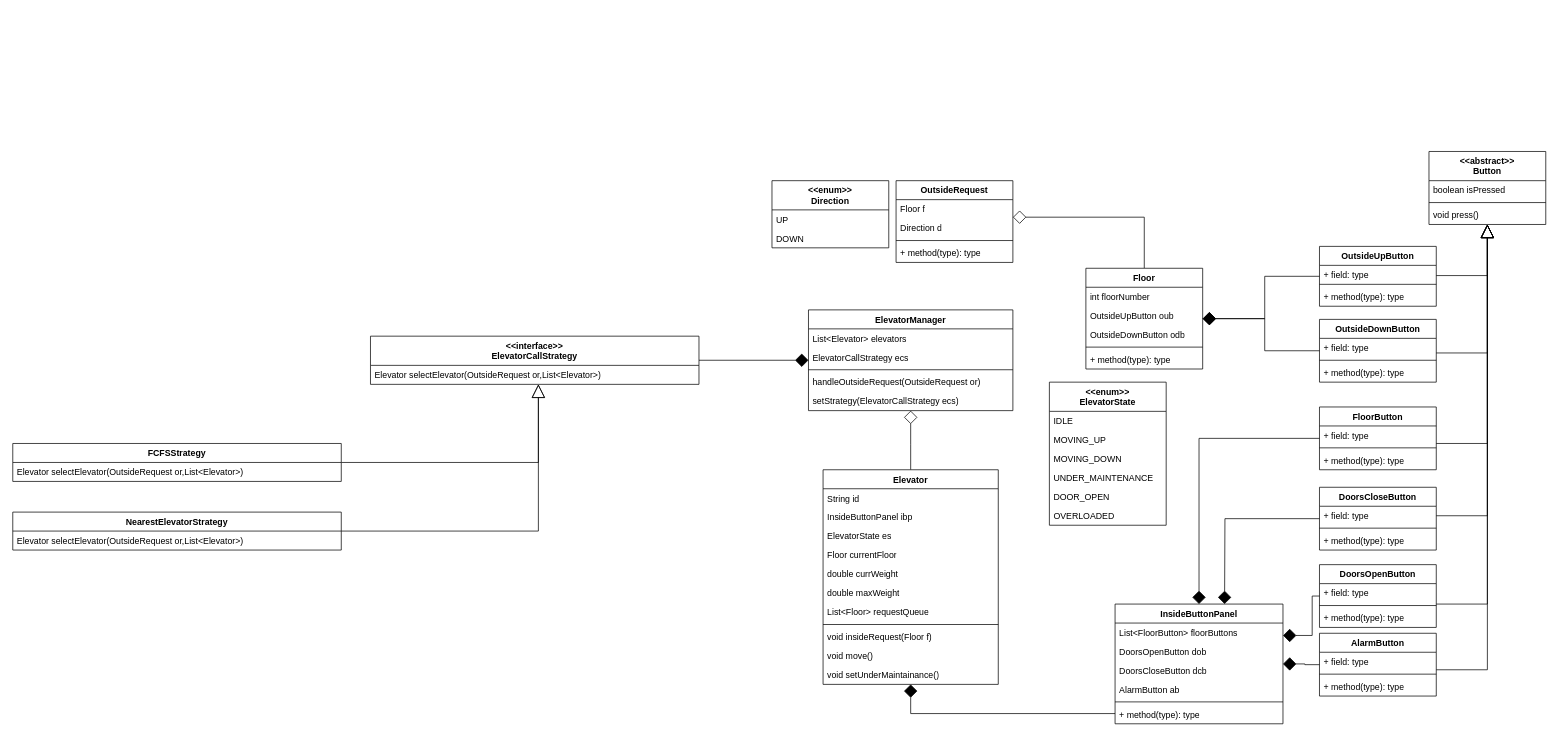
This is Elevator.drawio from akshat-code21/elevator_lld, a draw.io file, before an edit. Source tidied: cells renumbered, new cells numbered last; positions are measured from the earlier drawing's top-left corner, leaving out a move shared by most shapes. Both pictures are drawn from the tidied source at 73%, with x=0, y=0 at pixel (12, 151).
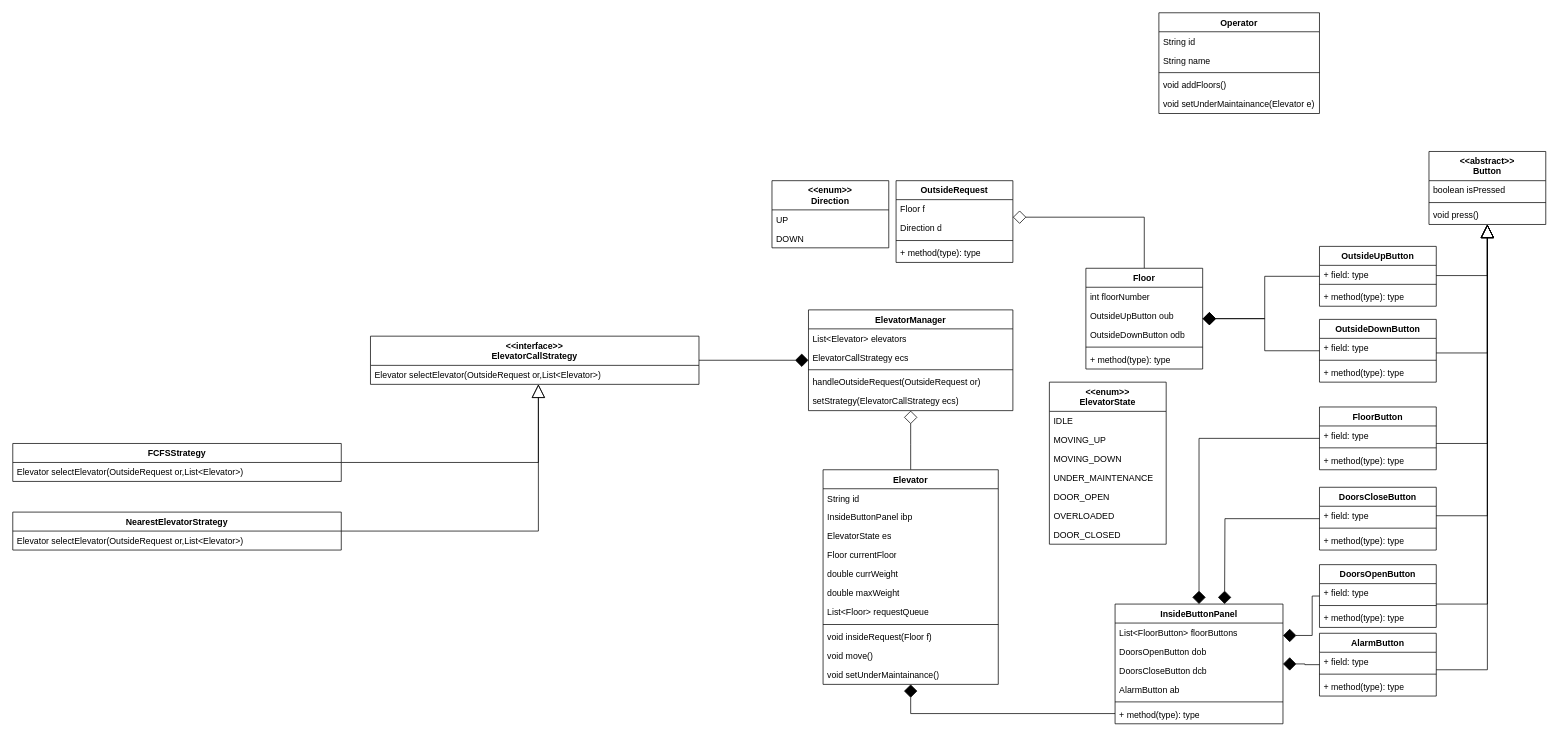
The same diagram, later.

The edit, as a diff of the source:
```diff
@@
     <mxCell id="64" value="&amp;lt;&amp;lt;enum&amp;gt;&amp;gt;&lt;br&gt;ElevatorState" style="swimlane;fontStyle=1;align=center;verticalAlign=top;horizontal=1;startSize=40;whiteSpace=wrap;html=1;" parent="1" vertex="1">
-      <mxGeometry x="1420" y="316" width="160" height="196" as="geometry" />
+      <mxGeometry x="1420" y="316" width="160" height="222" as="geometry" />
     </mxCell>
@@
+    <mxCell id="100" value="DOOR_CLOSED" style="text;strokeColor=none;fillColor=none;align=left;verticalAlign=top;spacingLeft=4;spacingRight=4;overflow=hidden;whiteSpace=wrap;html=1;" parent="64" vertex="1">
+      <mxGeometry y="196" width="160" height="26" as="geometry" />
+    </mxCell>
@@
+    <mxCell id="101" value="Operator" style="swimlane;fontStyle=1;align=center;verticalAlign=top;horizontal=1;startSize=26;whiteSpace=wrap;html=1;" parent="1" vertex="1">
+      <mxGeometry x="1570" y="-190" width="220" height="138" as="geometry" />
+    </mxCell>
+    <mxCell id="102" value="String id" style="text;strokeColor=none;fillColor=none;align=left;verticalAlign=top;spacingLeft=4;spacingRight=4;overflow=hidden;whiteSpace=wrap;html=1;" parent="101" vertex="1">
+      <mxGeometry y="26" width="220" height="26" as="geometry" />
+    </mxCell>
+    <mxCell id="103" value="String name" style="text;strokeColor=none;fillColor=none;align=left;verticalAlign=top;spacingLeft=4;spacingRight=4;overflow=hidden;whiteSpace=wrap;html=1;" parent="101" vertex="1">
+      <mxGeometry y="52" width="220" height="26" as="geometry" />
+    </mxCell>
+    <mxCell id="104" style="line;strokeWidth=1;fillColor=none;align=left;verticalAlign=middle;spacingTop=-1;spacingLeft=3;spacingRight=3;labelPosition=right;strokeColor=inherit;" parent="101" vertex="1">
+      <mxGeometry y="78" width="220" height="8" as="geometry" />
+    </mxCell>
+    <mxCell id="105" value="void addFloors()" style="text;strokeColor=none;fillColor=none;align=left;verticalAlign=top;spacingLeft=4;spacingRight=4;overflow=hidden;whiteSpace=wrap;html=1;" parent="101" vertex="1">
+      <mxGeometry y="86" width="220" height="26" as="geometry" />
+    </mxCell>
+    <mxCell id="106" value="void setUnderMaintainance(Elevator e)" style="text;strokeColor=none;fillColor=none;align=left;verticalAlign=top;spacingLeft=4;spacingRight=4;overflow=hidden;whiteSpace=wrap;html=1;" parent="101" vertex="1">
+      <mxGeometry y="112" width="220" height="26" as="geometry" />
+    </mxCell>
```
